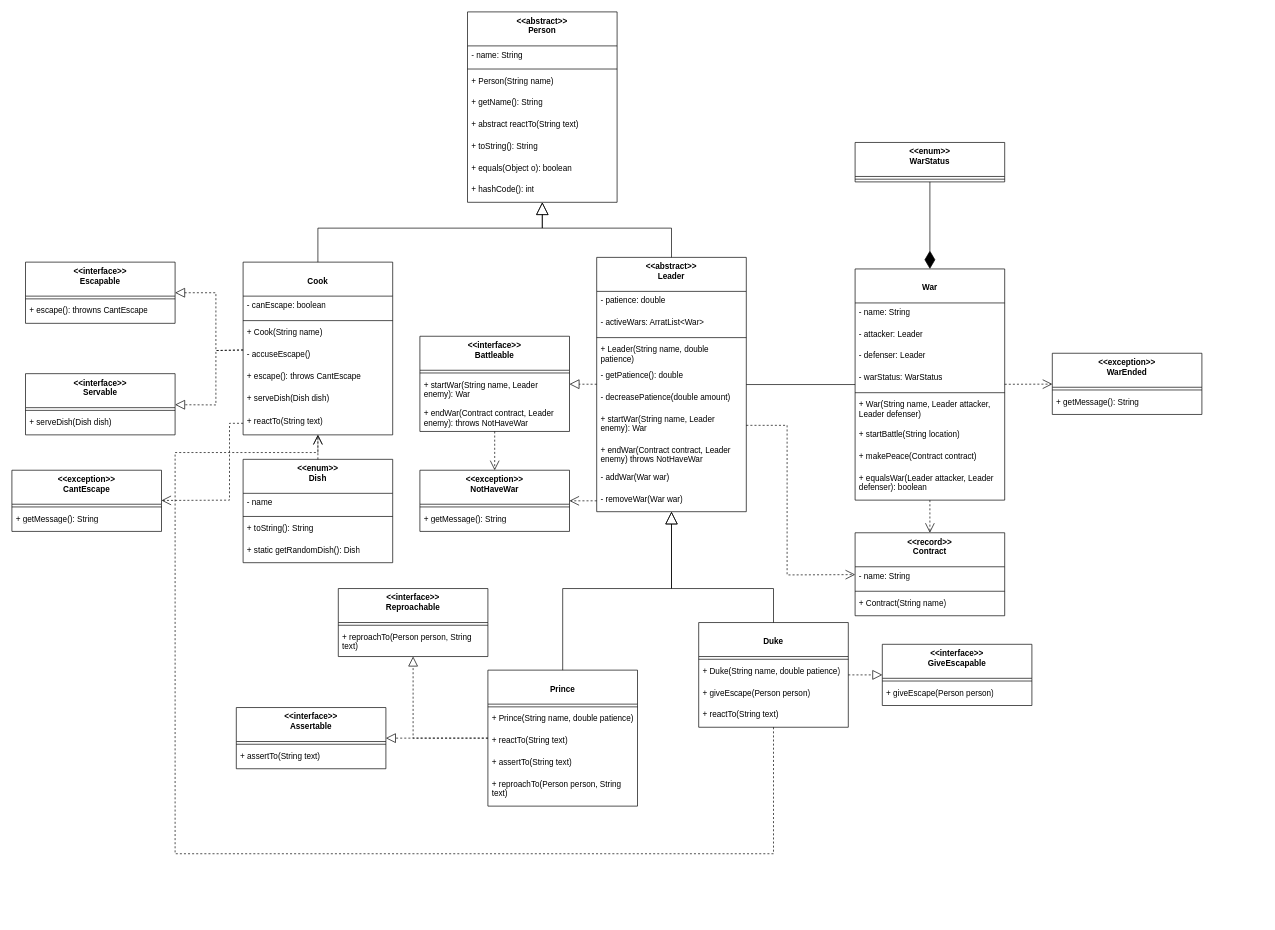
Before: programming/lab3/docs/class_diagram.drawio in 124476/itmo, a draw.io diagram. Source tidied: cells renumbered, new cells numbered last; positions are measured from the earlier drawing's top-left corner, leaving out a move shared by most shapes. Both pictures are drawn from the tidied source at 68%, with x=0, y=0 at pixel (12, 12).
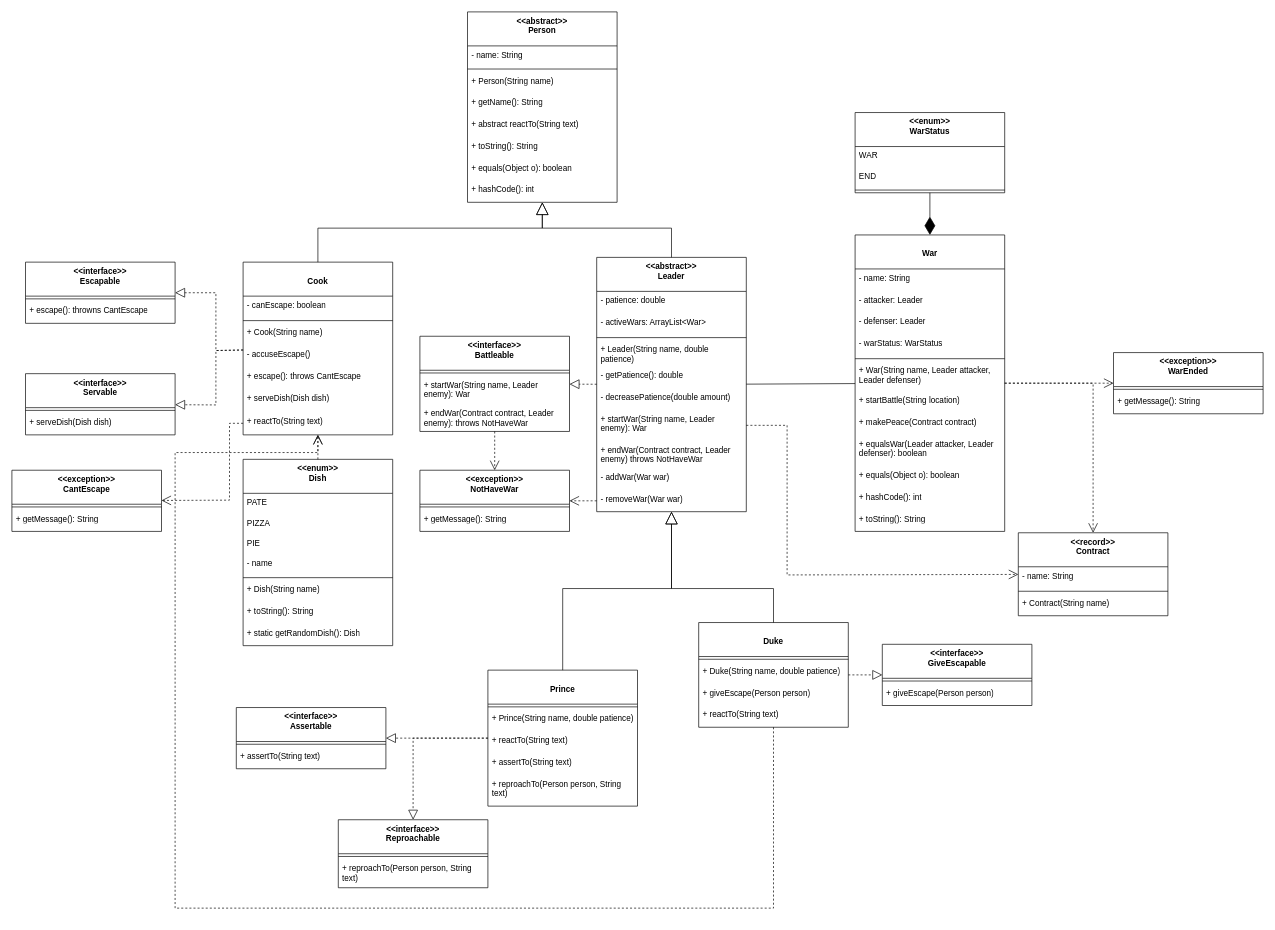
After the change.

Commit message (it also covers changes not shown here):
Refresh: docs && new override war class

The change refers to these unchanged cells:
```xml
<mxCell id="31" value="&lt;br&gt;&lt;div&gt;Duke&lt;/div&gt;" style="swimlane;fontStyle=1;align=center;verticalAlign=top;horizontal=1;startSize=50;whiteSpace=wrap;html=1;" parent="1" vertex="1">
  <mxGeometry x="1010" y="898" width="220" height="154" as="geometry" />
</mxCell>
<mxCell id="36" value="&amp;lt;&amp;lt;abstract&amp;gt;&amp;gt;&lt;br&gt;&lt;div&gt;Leader&lt;/div&gt;" style="swimlane;fontStyle=1;align=center;verticalAlign=top;horizontal=1;startSize=50;whiteSpace=wrap;html=1;" parent="1" vertex="1">
  <mxGeometry x="860" y="361" width="220" height="374" as="geometry" />
</mxCell>
<mxCell id="77" value="&lt;br&gt;&lt;div&gt;Cook&lt;/div&gt;" style="swimlane;fontStyle=1;align=center;verticalAlign=top;horizontal=1;startSize=50;whiteSpace=wrap;html=1;" parent="1" vertex="1">
  <mxGeometry x="340" y="368" width="220" height="254" as="geometry" />
</mxCell>
```

The edit, as a diff of the source:
```diff
@@
     <mxCell id="11" value="&lt;br&gt;&lt;div&gt;War&lt;/div&gt;" style="swimlane;fontStyle=1;align=center;verticalAlign=top;horizontal=1;startSize=50;whiteSpace=wrap;html=1;" parent="1" vertex="1">
-      <mxGeometry x="1240" y="378" width="220" height="340" as="geometry" />
+      <mxGeometry x="1240" y="328" width="220" height="436" as="geometry" />
     </mxCell>
@@
+    <mxCell id="110" value="+ equals(Object o): boolean" style="text;strokeColor=none;fillColor=none;align=left;verticalAlign=top;spacingLeft=4;spacingRight=4;overflow=hidden;whiteSpace=wrap;html=1;" parent="11" vertex="1">
+      <mxGeometry y="340" width="220" height="32" as="geometry" />
+    </mxCell>
+    <mxCell id="111" value="+ hashCode(): int" style="text;strokeColor=none;fillColor=none;align=left;verticalAlign=top;spacingLeft=4;spacingRight=4;overflow=hidden;whiteSpace=wrap;html=1;" parent="11" vertex="1">
+      <mxGeometry y="372" width="220" height="32" as="geometry" />
+    </mxCell>
+    <mxCell id="112" value="+ toString(): String" style="text;strokeColor=none;fillColor=none;align=left;verticalAlign=top;spacingLeft=4;spacingRight=4;overflow=hidden;whiteSpace=wrap;html=1;" parent="11" vertex="1">
+      <mxGeometry y="404" width="220" height="32" as="geometry" />
+    </mxCell>
     <mxCell id="21" value="&amp;lt;&amp;lt;record&amp;gt;&amp;gt;&lt;br&gt;&lt;div&gt;Contract&lt;/div&gt;" style="swimlane;fontStyle=1;align=center;verticalAlign=top;horizontal=1;startSize=50;whiteSpace=wrap;html=1;" parent="1" vertex="1">
-      <mxGeometry x="1240" y="766" width="220" height="122" as="geometry" />
+      <mxGeometry x="1480" y="766" width="220" height="122" as="geometry" />
     </mxCell>
@@
-    <mxCell id="38" value="- activeWars: ArratList&amp;lt;War&amp;gt;" style="text;strokeColor=none;fillColor=none;align=left;verticalAlign=top;spacingLeft=4;spacingRight=4;overflow=hidden;whiteSpace=wrap;html=1;" parent="36" vertex="1">
+    <mxCell id="38" value="- activeWars: ArrayList&amp;lt;War&amp;gt;" style="text;strokeColor=none;fillColor=none;align=left;verticalAlign=top;spacingLeft=4;spacingRight=4;overflow=hidden;whiteSpace=wrap;html=1;" parent="36" vertex="1">
       <mxGeometry y="82" width="220" height="32" as="geometry" />
     </mxCell>
@@
     <mxCell id="48" value="&amp;lt;&amp;lt;enum&amp;gt;&amp;gt;&lt;div&gt;WarStatus&lt;/div&gt;" style="swimlane;fontStyle=1;align=center;verticalAlign=top;horizontal=1;startSize=50;whiteSpace=wrap;html=1;" parent="1" vertex="1">
-      <mxGeometry x="1240" y="192" width="220" height="58" as="geometry" />
+      <mxGeometry x="1240" y="148" width="220" height="118" as="geometry" />
     </mxCell>
+    <mxCell id="113" value="WAR" style="text;strokeColor=none;fillColor=none;align=left;verticalAlign=top;spacingLeft=4;spacingRight=4;overflow=hidden;whiteSpace=wrap;html=1;" parent="48" vertex="1">
+      <mxGeometry y="50" width="220" height="30" as="geometry" />
+    </mxCell>
+    <mxCell id="114" value="END" style="text;strokeColor=none;fillColor=none;align=left;verticalAlign=top;spacingLeft=4;spacingRight=4;overflow=hidden;whiteSpace=wrap;html=1;" parent="48" vertex="1">
+      <mxGeometry y="80" width="220" height="30" as="geometry" />
+    </mxCell>
     <mxCell id="49" style="line;strokeWidth=1;fillColor=none;align=left;verticalAlign=middle;spacingTop=-1;spacingLeft=3;spacingRight=3;labelPosition=right;strokeColor=inherit;" parent="48" vertex="1">
-      <mxGeometry y="50" width="220" height="8" as="geometry" />
+      <mxGeometry y="110" width="220" height="8" as="geometry" />
     </mxCell>
@@
     <mxCell id="51" style="endArrow=open;endSize=12;dashed=1;html=1;rounded=0;" parent="1" edge="1" source="11" target="21">
-      <mxGeometry relative="1" as="geometry" />
+      <mxGeometry relative="1" as="geometry">
+        <Array as="points">
+          <mxPoint x="1590" y="546" />
+        </Array>
+      </mxGeometry>
     </mxCell>
@@
     <mxCell id="55" value="&amp;lt;&amp;lt;exception&amp;gt;&amp;gt;&lt;br&gt;&lt;div&gt;WarEnded&lt;/div&gt;" style="swimlane;fontStyle=1;align=center;verticalAlign=top;horizontal=1;startSize=50;whiteSpace=wrap;html=1;" parent="1" vertex="1">
-      <mxGeometry x="1530" y="502" width="220" height="90" as="geometry" />
+      <mxGeometry x="1620" y="501" width="220" height="90" as="geometry" />
     </mxCell>
@@
     <mxCell id="70" value="&amp;lt;&amp;lt;interface&amp;gt;&amp;gt;&lt;br&gt;&lt;div&gt;Reproachable&lt;/div&gt;" style="swimlane;fontStyle=1;align=center;verticalAlign=top;horizontal=1;startSize=50;whiteSpace=wrap;html=1;" parent="1" vertex="1">
-      <mxGeometry x="480" y="848" width="220" height="100" as="geometry" />
+      <mxGeometry x="480" y="1188" width="220" height="100" as="geometry" />
     </mxCell>
@@
     <mxCell id="95" value="&amp;lt;&amp;lt;enum&amp;gt;&amp;gt;&lt;div&gt;Dish&lt;/div&gt;" style="swimlane;fontStyle=1;align=center;verticalAlign=top;horizontal=1;startSize=50;whiteSpace=wrap;html=1;" parent="1" vertex="1">
-      <mxGeometry x="340" y="658" width="220" height="152" as="geometry" />
+      <mxGeometry x="340" y="658" width="220" height="274" as="geometry" />
     </mxCell>
+    <mxCell id="115" value="PATE&lt;div&gt;&lt;br&gt;&lt;/div&gt;" style="text;strokeColor=none;fillColor=none;align=left;verticalAlign=top;spacingLeft=4;spacingRight=4;overflow=hidden;whiteSpace=wrap;html=1;" parent="95" vertex="1">
+      <mxGeometry y="50" width="220" height="30" as="geometry" />
+    </mxCell>
+    <mxCell id="116" value="PIZZA" style="text;strokeColor=none;fillColor=none;align=left;verticalAlign=top;spacingLeft=4;spacingRight=4;overflow=hidden;whiteSpace=wrap;html=1;" parent="95" vertex="1">
+      <mxGeometry y="80" width="220" height="30" as="geometry" />
+    </mxCell>
+    <mxCell id="117" value="PIE" style="text;strokeColor=none;fillColor=none;align=left;verticalAlign=top;spacingLeft=4;spacingRight=4;overflow=hidden;whiteSpace=wrap;html=1;" parent="95" vertex="1">
+      <mxGeometry y="110" width="220" height="30" as="geometry" />
+    </mxCell>
     <mxCell id="96" value="- name" style="text;strokeColor=none;fillColor=none;align=left;verticalAlign=top;spacingLeft=4;spacingRight=4;overflow=hidden;whiteSpace=wrap;html=1;" parent="95" vertex="1">
-      <mxGeometry y="50" width="220" height="30" as="geometry" />
+      <mxGeometry y="140" width="220" height="30" as="geometry" />
     </mxCell>
     <mxCell id="97" style="line;strokeWidth=1;fillColor=none;align=left;verticalAlign=middle;spacingTop=-1;spacingLeft=3;spacingRight=3;labelPosition=right;strokeColor=inherit;" parent="95" vertex="1">
-      <mxGeometry y="80" width="220" height="8" as="geometry" />
+      <mxGeometry y="170" width="220" height="8" as="geometry" />
     </mxCell>
+    <mxCell id="118" value="+ Dish(String name)" style="text;strokeColor=none;fillColor=none;align=left;verticalAlign=top;spacingLeft=4;spacingRight=4;overflow=hidden;whiteSpace=wrap;html=1;" parent="95" vertex="1">
+      <mxGeometry y="178" width="220" height="32" as="geometry" />
+    </mxCell>
     <mxCell id="98" value="+ toString(): String" style="text;strokeColor=none;fillColor=none;align=left;verticalAlign=top;spacingLeft=4;spacingRight=4;overflow=hidden;whiteSpace=wrap;html=1;" parent="95" vertex="1">
-      <mxGeometry y="88" width="220" height="32" as="geometry" />
+      <mxGeometry y="210" width="220" height="32" as="geometry" />
     </mxCell>
     <mxCell id="99" value="+ static getRandomDish(): Dish" style="text;strokeColor=none;fillColor=none;align=left;verticalAlign=top;spacingLeft=4;spacingRight=4;overflow=hidden;whiteSpace=wrap;html=1;" parent="95" vertex="1">
-      <mxGeometry y="120" width="220" height="32" as="geometry" />
+      <mxGeometry y="242" width="220" height="32" as="geometry" />
     </mxCell>
@@
     <mxCell id="102" style="endArrow=open;endSize=12;dashed=1;html=1;rounded=0;" parent="1" edge="1" source="31" target="77">
       <mxGeometry relative="1" as="geometry">
         <Array as="points">
-          <mxPoint x="1120" y="1238" />
-          <mxPoint x="240" y="1238" />
+          <mxPoint x="1120" y="1318" />
+          <mxPoint x="240" y="1318" />
           <mxPoint x="240" y="648" />
           <mxPoint x="450" y="648" />
         </Array>
       </mxGeometry>
     </mxCell>
```
